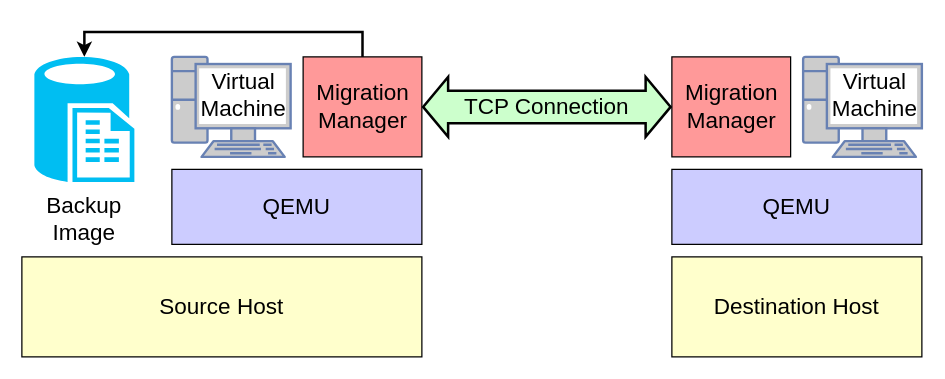
Before: patterns/postcopy/postcopy backup architecture chinese ver.drawio in xuyizhe1999/drawio, a draw.io diagram. Source tidied: cells renumbered, new cells numbered last; positions are measured from the earlier drawing's top-left corner, leaving out a move shared by most shapes. Both pictures are drawn from the tidied source at 125%, with x=0, y=0 at pixel (21, 56).
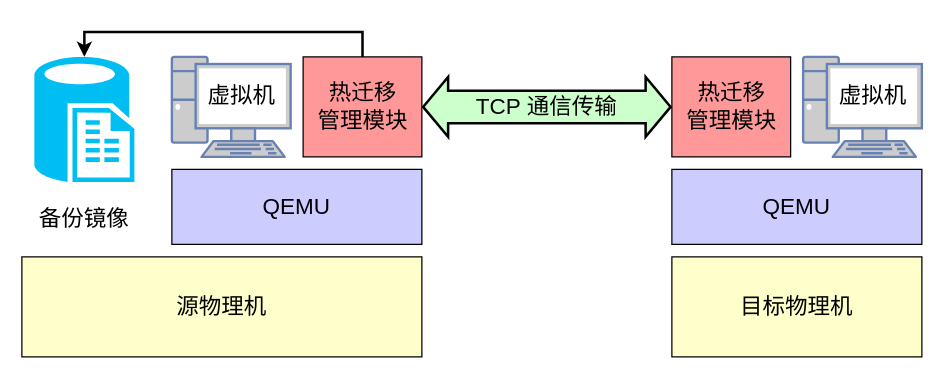
Above is the later version.

Diff of the diagram source:
```diff
@@
-    <mxCell id="2" value="&lt;font style=&quot;font-size: 18px;&quot;&gt;Source Host&lt;/font&gt;" style="rounded=0;whiteSpace=wrap;html=1;fillColor=#FFFFCC;" parent="1" vertex="1">
+    <mxCell id="2" value="&lt;font style=&quot;font-size: 18px;&quot;&gt;源物理机&lt;/font&gt;" style="rounded=0;whiteSpace=wrap;html=1;fillColor=#FFFFCC;" parent="1" vertex="1">
       <mxGeometry y="160" width="320" height="80" as="geometry" />
     </mxCell>
-    <mxCell id="3" value="&lt;font style=&quot;font-size: 18px;&quot;&gt;Destination Host&lt;/font&gt;" style="rounded=0;whiteSpace=wrap;html=1;fillColor=#FFFFCC;" parent="1" vertex="1">
+    <mxCell id="3" value="&lt;font style=&quot;font-size: 18px;&quot;&gt;目标物理机&lt;/font&gt;" style="rounded=0;whiteSpace=wrap;html=1;fillColor=#FFFFCC;" parent="1" vertex="1">
       <mxGeometry x="520" y="160" width="200" height="80" as="geometry" />
     </mxCell>
@@
-    <mxCell id="11" value="&lt;font style=&quot;font-size: 18px;&quot;&gt;Migration Manager&lt;/font&gt;" style="text;html=1;strokeColor=none;fillColor=none;align=center;verticalAlign=middle;whiteSpace=wrap;rounded=0;" parent="1" vertex="1">
+    <mxCell id="11" value="&lt;font style=&quot;font-size: 18px;&quot;&gt;热迁移&lt;br&gt;管理模块&lt;/font&gt;" style="text;html=1;strokeColor=none;fillColor=none;align=center;verticalAlign=middle;whiteSpace=wrap;rounded=0;" parent="1" vertex="1">
       <mxGeometry x="232.5" y="20" width="80" height="40" as="geometry" />
     </mxCell>
-    <mxCell id="12" value="&lt;font style=&quot;font-size: 18px;&quot;&gt;Migration Manager&lt;/font&gt;" style="text;html=1;strokeColor=none;fillColor=none;align=center;verticalAlign=middle;whiteSpace=wrap;rounded=0;" parent="1" vertex="1">
-      <mxGeometry x="527.5" y="20" width="80" height="40" as="geometry" />
-    </mxCell>
@@
-    <mxCell id="14" value="&lt;font style=&quot;font-size: 18px;&quot;&gt;Backup Image&lt;/font&gt;" style="text;html=1;strokeColor=none;fillColor=none;align=center;verticalAlign=middle;whiteSpace=wrap;rounded=0;" parent="1" vertex="1">
+    <mxCell id="14" value="&lt;font style=&quot;font-size: 18px;&quot;&gt;备份镜像&lt;/font&gt;" style="text;html=1;strokeColor=none;fillColor=none;align=center;verticalAlign=middle;whiteSpace=wrap;rounded=0;" parent="1" vertex="1">
       <mxGeometry x="10" y="110" width="80" height="40" as="geometry" />
     </mxCell>
@@
-    <mxCell id="16" value="&lt;font style=&quot;font-size: 18px;&quot;&gt;TCP Connection&lt;/font&gt;" style="text;html=1;strokeColor=none;fillColor=none;align=center;verticalAlign=middle;whiteSpace=wrap;rounded=0;" parent="1" vertex="1">
+    <mxCell id="16" value="&lt;font style=&quot;font-size: 18px;&quot;&gt;TCP 通信传输&lt;/font&gt;" style="text;html=1;strokeColor=none;fillColor=none;align=center;verticalAlign=middle;whiteSpace=wrap;rounded=0;" parent="1" vertex="1">
       <mxGeometry x="340" y="20" width="160" height="40" as="geometry" />
     </mxCell>
@@
-    <mxCell id="18" value="&lt;font style=&quot;font-size: 18px;&quot;&gt;Virtual Machine&lt;/font&gt;" style="text;html=1;strokeColor=none;fillColor=none;align=center;verticalAlign=middle;whiteSpace=wrap;rounded=0;" parent="1" vertex="1">
-      <mxGeometry x="155" y="20" width="45" height="22.5" as="geometry" />
+    <mxCell id="18" value="&lt;font style=&quot;font-size: 18px;&quot;&gt;虚拟机&lt;/font&gt;" style="text;html=1;strokeColor=none;fillColor=none;align=center;verticalAlign=middle;whiteSpace=wrap;rounded=0;" parent="1" vertex="1">
+      <mxGeometry x="146" y="20" width="60" height="22.5" as="geometry" />
     </mxCell>
@@
-    <mxCell id="20" value="&lt;font style=&quot;font-size: 18px;&quot;&gt;Virtual Machine&lt;/font&gt;" style="text;html=1;strokeColor=none;fillColor=none;align=center;verticalAlign=middle;whiteSpace=wrap;rounded=0;" parent="1" vertex="1">
-      <mxGeometry x="660" y="20" width="45" height="22.5" as="geometry" />
-    </mxCell>
+    <mxCell id="21" value="&lt;font style=&quot;font-size: 18px;&quot;&gt;虚拟机&lt;/font&gt;" style="text;html=1;strokeColor=none;fillColor=none;align=center;verticalAlign=middle;whiteSpace=wrap;rounded=0;" parent="1" vertex="1">
+      <mxGeometry x="651" y="20" width="60" height="22.5" as="geometry" />
+    </mxCell>
+    <mxCell id="22" value="&lt;font style=&quot;font-size: 18px;&quot;&gt;热迁移&lt;br&gt;管理模块&lt;/font&gt;" style="text;html=1;strokeColor=none;fillColor=none;align=center;verticalAlign=middle;whiteSpace=wrap;rounded=0;" parent="1" vertex="1">
+      <mxGeometry x="527.5" y="20" width="80" height="40" as="geometry" />
+    </mxCell>
```
